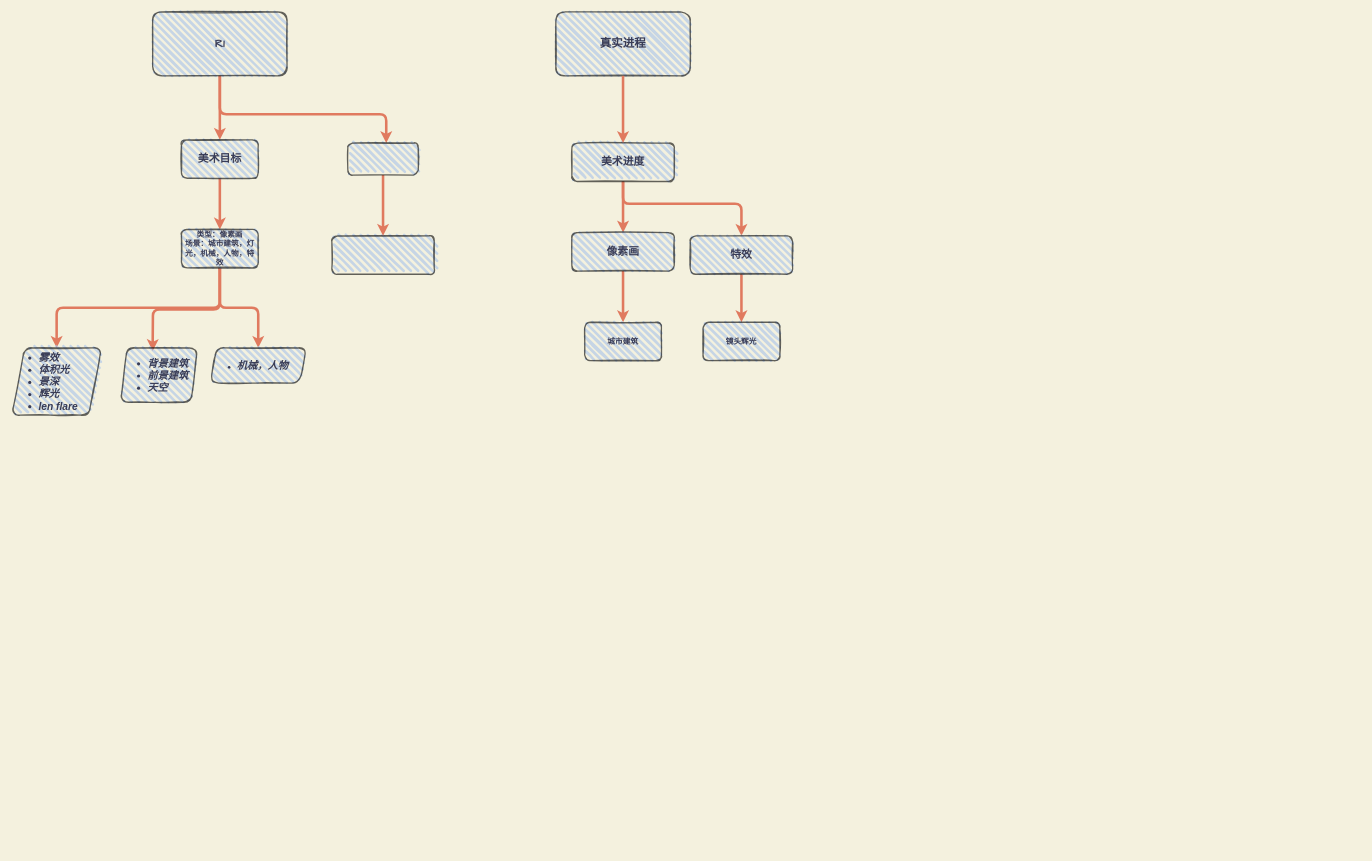
Earlier version of the draw.io diagram PixelProj.drawio (gatzai/DrawioStorage). Source tidied: cells renumbered, new cells numbered last; positions are measured from the earlier drawing's top-left corner, leaving out a move shared by most shapes. Both pictures are drawn from the tidied source at 64%, with x=0, y=0 at pixel (12, 12).
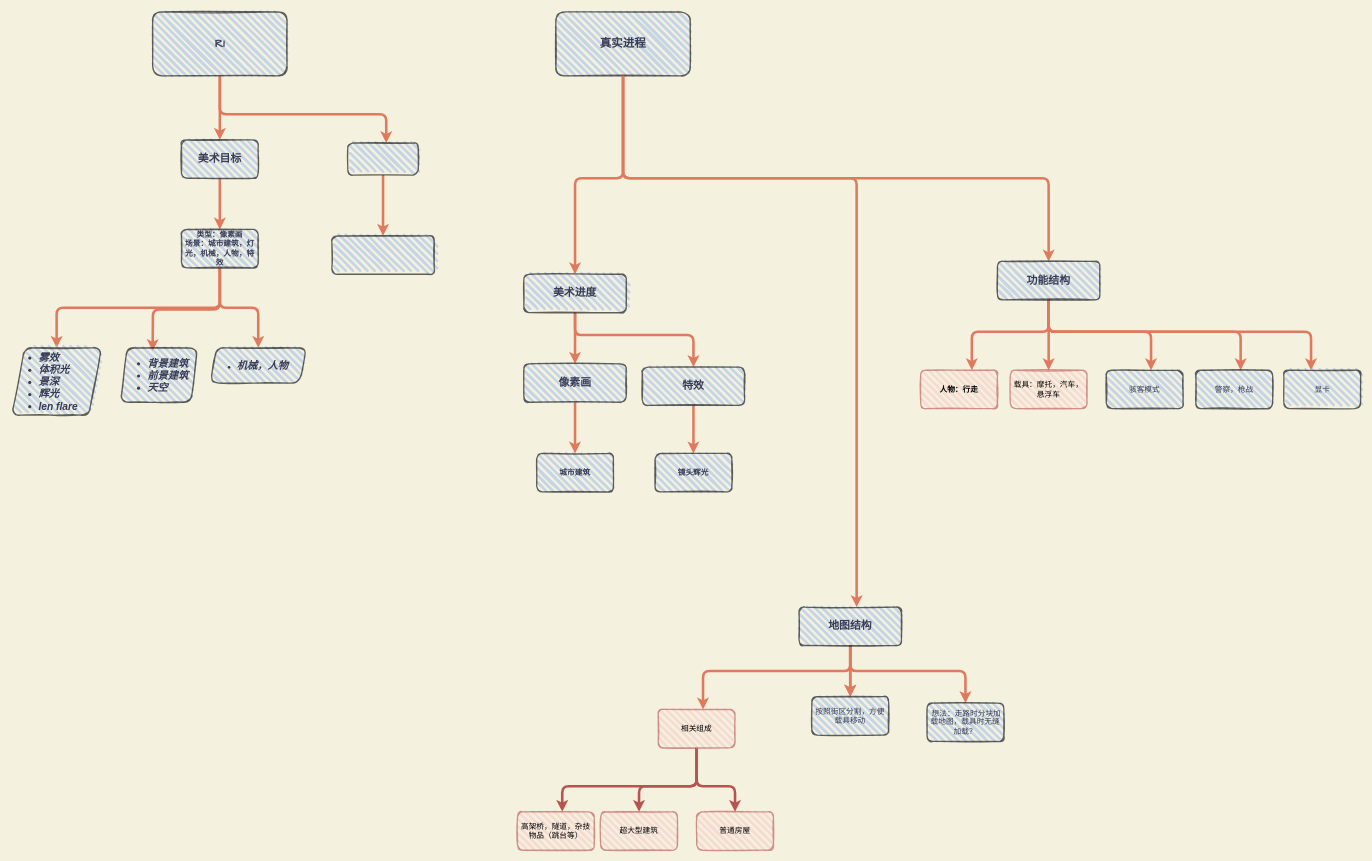
The same diagram, later.

Unchanged cells that the change refers to:
```xml
<mxCell id="17" value="&lt;h2&gt;&lt;font face=&quot;Comic Sans MS&quot;&gt;真实进程&lt;/font&gt;&lt;/h2&gt;" style="rounded=1;whiteSpace=wrap;html=1;strokeWidth=2;fillWeight=4;hachureGap=8;hachureAngle=45;sketch=1;fontColor=#393C56;opacity=60;fillColor=#A9C4EB;" parent="1" vertex="1">
  <mxGeometry x="850" width="210" height="100" as="geometry" />
</mxCell>
```

Diff of the diagram source:
```diff
@@
+    <mxCell id="28" style="edgeStyle=orthogonalEdgeStyle;rounded=1;jettySize=auto;html=1;exitX=0.5;exitY=1;exitDx=0;exitDy=0;strokeWidth=4;strokeColor=#E07A5F;" parent="1" edge="1" source="17" target="35">
+      <mxGeometry relative="1" as="geometry">
+        <Array as="points">
+          <mxPoint x="955" y="260" />
+          <mxPoint x="1620" y="260" />
+        </Array>
+      </mxGeometry>
+    </mxCell>
+    <mxCell id="29" style="edgeStyle=orthogonalEdgeStyle;rounded=1;jettySize=auto;html=1;fontSize=14;strokeColor=#E07A5F;strokeWidth=4;" parent="1" edge="1" source="17" target="45">
+      <mxGeometry relative="1" as="geometry">
+        <Array as="points">
+          <mxPoint x="955" y="260" />
+          <mxPoint x="1320" y="260" />
+        </Array>
+      </mxGeometry>
+    </mxCell>
@@
     <mxCell id="19" style="edgeStyle=orthogonalEdgeStyle;rounded=1;jettySize=auto;html=1;strokeColor=#E07A5F;strokeWidth=4;" parent="1" edge="1" source="20" target="26">
       <mxGeometry relative="1" as="geometry">
         <Array as="points">
-          <mxPoint x="955" y="300" />
-          <mxPoint x="1140" y="300" />
+          <mxPoint x="880" y="505" />
+          <mxPoint x="1065" y="505" />
         </Array>
       </mxGeometry>
     </mxCell>
     <mxCell id="20" value="&lt;b&gt;&lt;font style=&quot;font-size: 17px&quot;&gt;美术进度&lt;/font&gt;&lt;/b&gt;" style="rounded=1;whiteSpace=wrap;html=1;strokeWidth=2;fillWeight=4;hachureGap=8;hachureAngle=45;sketch=1;fontColor=#393C56;opacity=60;fillColor=#A9C4EB;" parent="1" vertex="1">
-      <mxGeometry x="875" y="205" width="160" height="60" as="geometry" />
+      <mxGeometry x="800" y="410" width="160" height="60" as="geometry" />
     </mxCell>
     <mxCell id="21" style="edgeStyle=orthogonalEdgeStyle;curved=0;rounded=1;sketch=0;jettySize=auto;html=1;fontColor=#393C56;strokeColor=#E07A5F;strokeWidth=4;fillColor=#F2CC8F;" parent="1" edge="1" source="17" target="20">
-      <mxGeometry relative="1" as="geometry" />
+      <mxGeometry relative="1" as="geometry">
+        <Array as="points">
+          <mxPoint x="955" y="260" />
+          <mxPoint x="880" y="260" />
+        </Array>
+      </mxGeometry>
     </mxCell>
@@
     <mxCell id="23" value="&lt;b&gt;&lt;font style=&quot;font-size: 17px&quot;&gt;像素画&lt;/font&gt;&lt;/b&gt;" style="rounded=1;whiteSpace=wrap;html=1;strokeWidth=2;fillWeight=4;hachureGap=8;hachureAngle=45;sketch=1;fontColor=#393C56;opacity=60;fillColor=#A9C4EB;" parent="1" vertex="1">
-      <mxGeometry x="875" y="345" width="160" height="60" as="geometry" />
+      <mxGeometry x="800" y="550" width="160" height="60" as="geometry" />
     </mxCell>
     <mxCell id="24" value="&lt;b&gt;城市建筑&lt;/b&gt;" style="whiteSpace=wrap;html=1;rounded=1;fontColor=#393C56;strokeWidth=2;fillColor=#A9C4EB;opacity=60;sketch=1;fillWeight=4;hachureGap=8;hachureAngle=45;" parent="1" vertex="1">
-      <mxGeometry x="895" y="485" width="120" height="60" as="geometry" />
+      <mxGeometry x="820" y="690" width="120" height="60" as="geometry" />
     </mxCell>
@@
     <mxCell id="26" value="&lt;b&gt;&lt;font style=&quot;font-size: 17px&quot;&gt;特效&lt;/font&gt;&lt;/b&gt;" style="rounded=1;whiteSpace=wrap;html=1;strokeWidth=2;fillWeight=4;hachureGap=8;hachureAngle=45;sketch=1;fontColor=#393C56;opacity=60;fillColor=#A9C4EB;" parent="1" vertex="1">
-      <mxGeometry x="1060" y="350" width="160" height="60" as="geometry" />
+      <mxGeometry x="985" y="555" width="160" height="60" as="geometry" />
     </mxCell>
     <mxCell id="27" value="&lt;b&gt;镜头辉光&lt;/b&gt;" style="whiteSpace=wrap;html=1;rounded=1;fontColor=#393C56;strokeWidth=2;fillColor=#A9C4EB;opacity=60;sketch=1;fillWeight=4;hachureGap=8;hachureAngle=45;" parent="1" vertex="1">
-      <mxGeometry x="1080" y="485" width="120" height="60" as="geometry" />
+      <mxGeometry x="1005" y="690" width="120" height="60" as="geometry" />
     </mxCell>
+    <mxCell id="30" style="edgeStyle=orthogonalEdgeStyle;rounded=1;jettySize=auto;html=1;strokeColor=#E07A5F;strokeWidth=4;" parent="1" edge="1" source="35" target="36">
+      <mxGeometry relative="1" as="geometry" />
+    </mxCell>
+    <mxCell id="31" style="edgeStyle=orthogonalEdgeStyle;rounded=1;jettySize=auto;html=1;fontSize=14;strokeColor=#E07A5F;strokeWidth=4;" parent="1" edge="1" source="35" target="37">
+      <mxGeometry relative="1" as="geometry">
+        <Array as="points">
+          <mxPoint x="1620" y="500" />
+          <mxPoint x="1500" y="500" />
+        </Array>
+      </mxGeometry>
+    </mxCell>
+    <mxCell id="32" style="edgeStyle=orthogonalEdgeStyle;rounded=1;jettySize=auto;html=1;fontSize=14;strokeColor=#E07A5F;strokeWidth=4;" parent="1" edge="1" source="35" target="38">
+      <mxGeometry relative="1" as="geometry">
+        <Array as="points">
+          <mxPoint x="1620" y="500" />
+          <mxPoint x="1780" y="500" />
+        </Array>
+      </mxGeometry>
+    </mxCell>
+    <mxCell id="33" style="edgeStyle=orthogonalEdgeStyle;rounded=1;jettySize=auto;html=1;fontSize=14;strokeColor=#E07A5F;strokeWidth=4;" parent="1" edge="1" source="35" target="39">
+      <mxGeometry relative="1" as="geometry">
+        <Array as="points">
+          <mxPoint x="1620" y="500" />
+          <mxPoint x="1920" y="500" />
+        </Array>
+      </mxGeometry>
+    </mxCell>
+    <mxCell id="34" style="edgeStyle=orthogonalEdgeStyle;rounded=1;jettySize=auto;html=1;fontSize=14;strokeColor=#E07A5F;strokeWidth=4;" parent="1" edge="1" source="35" target="40">
+      <mxGeometry relative="1" as="geometry">
+        <Array as="points">
+          <mxPoint x="1620" y="500" />
+          <mxPoint x="2030" y="500" />
+          <mxPoint x="2030" y="600" />
+        </Array>
+      </mxGeometry>
+    </mxCell>
+    <mxCell id="35" value="&lt;span style=&quot;font-size: 17px&quot;&gt;&lt;b&gt;功能结构&lt;br&gt;&lt;/b&gt;&lt;/span&gt;" style="rounded=1;whiteSpace=wrap;html=1;strokeWidth=2;fillWeight=4;hachureGap=8;hachureAngle=45;sketch=1;fontColor=#393C56;opacity=60;fillColor=#A9C4EB;" parent="1" vertex="1">
+      <mxGeometry x="1540" y="390" width="160" height="60" as="geometry" />
+    </mxCell>
+    <mxCell id="36" value="&lt;font style=&quot;font-size: 12px&quot;&gt;载具：摩托，汽车，悬浮车&lt;/font&gt;" style="whiteSpace=wrap;html=1;rounded=1;strokeWidth=2;fillColor=#f8cecc;opacity=60;sketch=1;fillWeight=4;hachureGap=8;hachureAngle=45;strokeColor=#b85450;" parent="1" vertex="1">
+      <mxGeometry x="1560" y="560" width="120" height="60" as="geometry" />
+    </mxCell>
+    <mxCell id="37" value="&lt;b&gt;人物：行走&lt;/b&gt;" style="whiteSpace=wrap;html=1;rounded=1;strokeWidth=2;fillColor=#f8cecc;opacity=60;sketch=1;fillWeight=4;hachureGap=8;hachureAngle=45;strokeColor=#b85450;" parent="1" vertex="1">
+      <mxGeometry x="1420" y="560" width="120" height="60" as="geometry" />
+    </mxCell>
+    <mxCell id="38" value="骇客模式" style="whiteSpace=wrap;html=1;rounded=1;fontColor=#393C56;strokeWidth=2;fillColor=#A9C4EB;opacity=60;sketch=1;fillWeight=4;hachureGap=8;hachureAngle=45;" parent="1" vertex="1">
+      <mxGeometry x="1710" y="560" width="120" height="60" as="geometry" />
+    </mxCell>
+    <mxCell id="39" value="警察，枪战" style="whiteSpace=wrap;html=1;rounded=1;fontColor=#393C56;strokeWidth=2;fillColor=#A9C4EB;opacity=60;sketch=1;fillWeight=4;hachureGap=8;hachureAngle=45;" parent="1" vertex="1">
+      <mxGeometry x="1850" y="560" width="120" height="60" as="geometry" />
+    </mxCell>
+    <mxCell id="40" value="显卡" style="whiteSpace=wrap;html=1;rounded=1;fontColor=#393C56;strokeWidth=2;fillColor=#A9C4EB;opacity=60;sketch=1;fillWeight=4;hachureGap=8;hachureAngle=45;" parent="1" vertex="1">
+      <mxGeometry x="1987.5" y="560" width="120" height="60" as="geometry" />
+    </mxCell>
+    <mxCell id="41" style="edgeStyle=orthogonalEdgeStyle;rounded=1;jettySize=auto;html=1;fontSize=14;strokeColor=#E07A5F;strokeWidth=4;" parent="1" edge="1" source="45" target="46">
+      <mxGeometry relative="1" as="geometry" />
+    </mxCell>
+    <mxCell id="42" style="edgeStyle=orthogonalEdgeStyle;rounded=1;jettySize=auto;html=1;fontSize=14;strokeColor=#E07A5F;strokeWidth=4;" parent="1" edge="1" source="45" target="46">
+      <mxGeometry relative="1" as="geometry" />
+    </mxCell>
+    <mxCell id="43" style="edgeStyle=orthogonalEdgeStyle;rounded=1;jettySize=auto;html=1;fontSize=14;strokeColor=#E07A5F;strokeWidth=4;" parent="1" edge="1" source="45" target="47">
+      <mxGeometry relative="1" as="geometry">
+        <Array as="points">
+          <mxPoint x="1310" y="1030" />
+          <mxPoint x="1490" y="1030" />
+        </Array>
+      </mxGeometry>
+    </mxCell>
+    <mxCell id="44" style="edgeStyle=orthogonalEdgeStyle;rounded=1;jettySize=auto;html=1;fontSize=14;strokeColor=#E07A5F;strokeWidth=4;" parent="1" edge="1" source="45" target="52">
+      <mxGeometry relative="1" as="geometry">
+        <Array as="points">
+          <mxPoint x="1310" y="1030" />
+          <mxPoint x="1080" y="1030" />
+        </Array>
+      </mxGeometry>
+    </mxCell>
+    <mxCell id="45" value="&lt;span style=&quot;font-size: 17px&quot;&gt;&lt;b&gt;地图结构&lt;br&gt;&lt;/b&gt;&lt;/span&gt;" style="rounded=1;whiteSpace=wrap;html=1;strokeWidth=2;fillWeight=4;hachureGap=8;hachureAngle=45;sketch=1;fontColor=#393C56;opacity=60;fillColor=#A9C4EB;" parent="1" vertex="1">
+      <mxGeometry x="1230" y="930" width="160" height="60" as="geometry" />
+    </mxCell>
+    <mxCell id="46" value="按照街区分割，方便载具移动" style="whiteSpace=wrap;html=1;rounded=1;fontColor=#393C56;strokeWidth=2;fillColor=#A9C4EB;opacity=60;sketch=1;fillWeight=4;hachureGap=8;hachureAngle=45;" parent="1" vertex="1">
+      <mxGeometry x="1250" y="1070" width="120" height="60" as="geometry" />
+    </mxCell>
+    <mxCell id="47" value="&amp;nbsp;想法：走路时分块加载地图，载具时无缝加载？" style="whiteSpace=wrap;html=1;rounded=1;fontColor=#393C56;strokeWidth=2;fillColor=#A9C4EB;opacity=60;sketch=1;fillWeight=4;hachureGap=8;hachureAngle=45;" parent="1" vertex="1">
+      <mxGeometry x="1430" y="1080" width="120" height="60" as="geometry" />
+    </mxCell>
+    <mxCell id="48" value="普通房屋" style="whiteSpace=wrap;html=1;rounded=1;strokeWidth=2;fillColor=#f8cecc;opacity=60;sketch=1;fillWeight=4;hachureGap=8;hachureAngle=45;strokeColor=#b85450;" parent="1" vertex="1">
+      <mxGeometry x="1070" y="1250" width="120" height="60" as="geometry" />
+    </mxCell>
+    <mxCell id="49" style="edgeStyle=orthogonalEdgeStyle;rounded=1;jettySize=auto;html=1;fontSize=14;strokeColor=#b85450;strokeWidth=4;fillColor=#f8cecc;" parent="1" edge="1" source="52" target="53">
+      <mxGeometry relative="1" as="geometry">
+        <Array as="points">
+          <mxPoint x="1070" y="1210" />
+          <mxPoint x="860" y="1210" />
+        </Array>
+      </mxGeometry>
+    </mxCell>
+    <mxCell id="50" style="edgeStyle=orthogonalEdgeStyle;rounded=1;jettySize=auto;html=1;fontSize=14;strokeColor=#b85450;strokeWidth=4;fillColor=#f8cecc;" parent="1" edge="1" source="52" target="54">
+      <mxGeometry relative="1" as="geometry">
+        <Array as="points">
+          <mxPoint x="1070" y="1210" />
+          <mxPoint x="980" y="1210" />
+        </Array>
+      </mxGeometry>
+    </mxCell>
+    <mxCell id="51" style="edgeStyle=orthogonalEdgeStyle;rounded=1;jettySize=auto;html=1;fontSize=14;strokeColor=#b85450;strokeWidth=4;fillColor=#f8cecc;" parent="1" edge="1" source="52" target="48">
+      <mxGeometry relative="1" as="geometry">
+        <Array as="points">
+          <mxPoint x="1070" y="1210" />
+          <mxPoint x="1130" y="1210" />
+        </Array>
+      </mxGeometry>
+    </mxCell>
+    <mxCell id="52" value="相关组成" style="whiteSpace=wrap;html=1;rounded=1;strokeWidth=2;fillColor=#f8cecc;opacity=60;sketch=1;fillWeight=4;hachureGap=8;hachureAngle=45;strokeColor=#b85450;" parent="1" vertex="1">
+      <mxGeometry x="1010" y="1090" width="120" height="60" as="geometry" />
+    </mxCell>
+    <mxCell id="53" value="&lt;span&gt;高架桥，隧道，杂技物品（跳台等）&lt;/span&gt;" style="whiteSpace=wrap;html=1;rounded=1;strokeWidth=2;fillColor=#f8cecc;opacity=60;sketch=1;fillWeight=4;hachureGap=8;hachureAngle=45;strokeColor=#b85450;" parent="1" vertex="1">
+      <mxGeometry x="790" y="1250" width="120" height="60" as="geometry" />
+    </mxCell>
+    <mxCell id="54" value="超大型建筑" style="whiteSpace=wrap;html=1;rounded=1;strokeWidth=2;fillColor=#f8cecc;opacity=60;sketch=1;fillWeight=4;hachureGap=8;hachureAngle=45;strokeColor=#b85450;" parent="1" vertex="1">
+      <mxGeometry x="920" y="1250" width="120" height="60" as="geometry" />
+    </mxCell>
```
